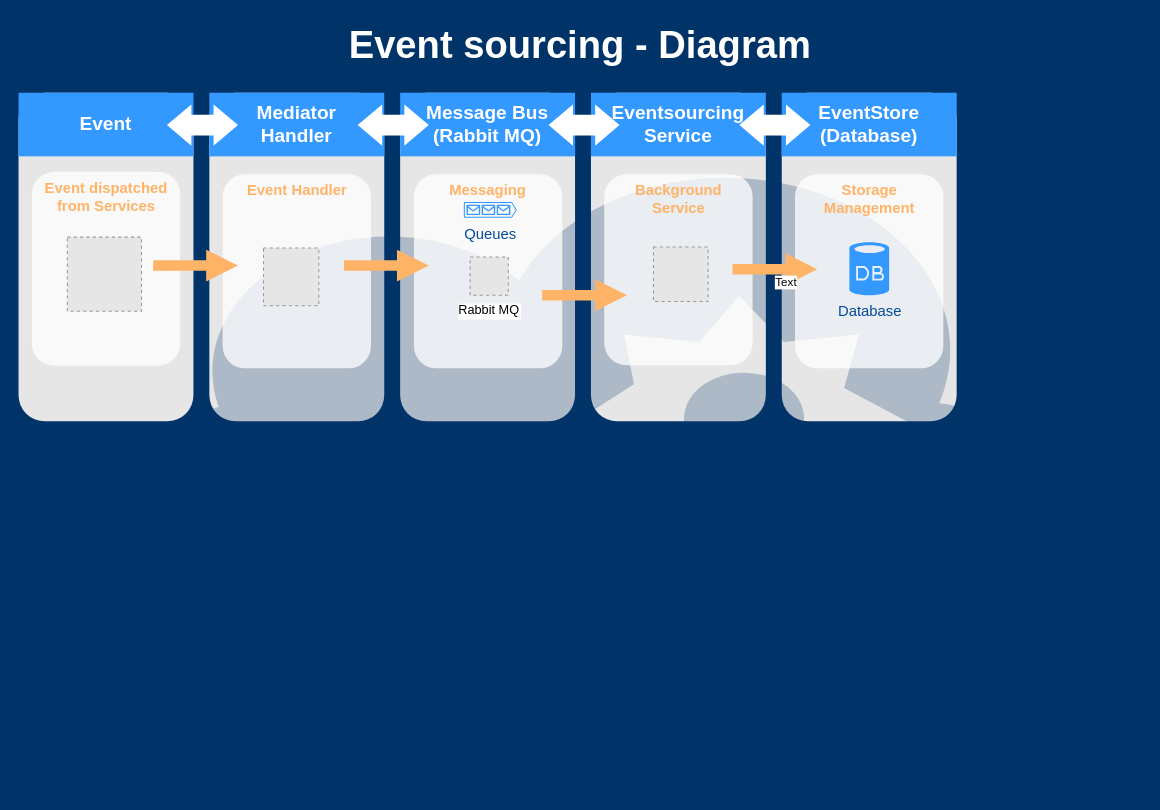
Before: Untitled Diagram.drawio in AlexandreYembo/hydra-eventsourcing, a draw.io diagram. Source tidied: cells renumbered, new cells numbered last; positions are measured from the earlier drawing's top-left corner, leaving out a move shared by most shapes. Both pictures are drawn from the tidied source at 106%, with x=0, y=0 at pixel (18, 18). Pictures stored in the file or linked from it are replaced by grey dashed boxes.
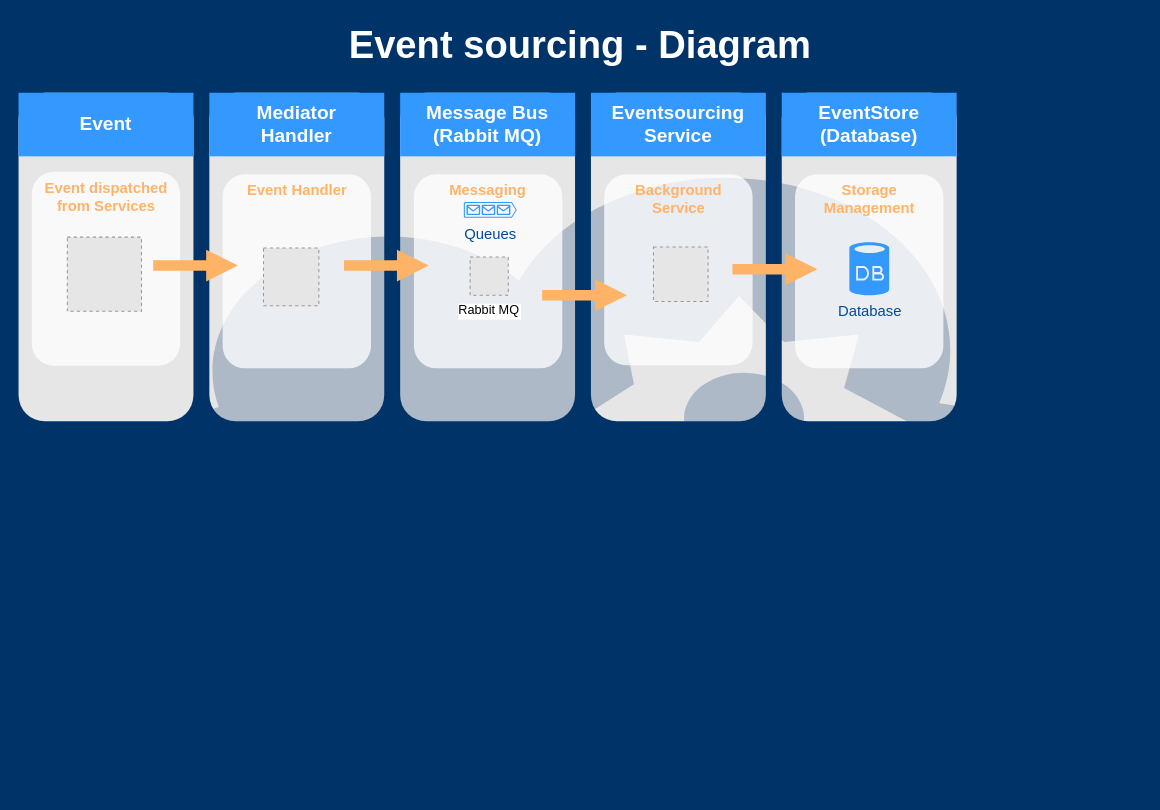
The same page after the edit.

Unchanged cells that the change refers to:
```xml
<mxCell id="28" style="arrow;html=1;endArrow=block;endFill=1;strokeColor=none;strokeWidth=4;fontFamily=Helvetica;fontSize=36;fontColor=#FFB366;fillColor=#FFB366;" parent="1" edge="1">
  <mxGeometry relative="1" as="geometry">
    <mxPoint x="673.5" y="236.5" as="sourcePoint" />
    <mxPoint x="753.5" y="236.5" as="targetPoint" />
  </mxGeometry>
</mxCell>
```

What changed in the source:
```diff
@@
-    <mxCell id="12" style="shape=mxgraph.arrows.two_way_arrow_horizontal;html=1;verticalLabelPosition=bottom;verticalAlign=top;strokeWidth=2;strokeColor=none;dashed=1;fillColor=#FFFFFF;fontFamily=Verdana;fontSize=12;fontColor=#00BEF2;" parent="1" vertex="1">
-      <mxGeometry x="140" y="81" width="67" height="39" as="geometry" />
-    </mxCell>
-    <mxCell id="13" style="shape=mxgraph.arrows.two_way_arrow_horizontal;html=1;verticalLabelPosition=bottom;verticalAlign=top;strokeWidth=2;strokeColor=none;dashed=1;fillColor=#FFFFFF;fontFamily=Verdana;fontSize=12;fontColor=#00BEF2;" parent="1" vertex="1">
-      <mxGeometry x="320" y="81" width="67" height="39" as="geometry" />
-    </mxCell>
-    <mxCell id="14" style="shape=mxgraph.arrows.two_way_arrow_horizontal;html=1;verticalLabelPosition=bottom;verticalAlign=top;strokeWidth=2;strokeColor=none;dashed=1;fillColor=#FFFFFF;fontFamily=Verdana;fontSize=12;fontColor=#00BEF2;" parent="1" vertex="1">
-      <mxGeometry x="500" y="81" width="67" height="39" as="geometry" />
-    </mxCell>
-    <mxCell id="15" style="shape=mxgraph.arrows.two_way_arrow_horizontal;html=1;verticalLabelPosition=bottom;verticalAlign=top;strokeWidth=2;strokeColor=none;dashed=1;fillColor=#FFFFFF;fontFamily=Verdana;fontSize=12;fontColor=#00BEF2;" parent="1" vertex="1">
-      <mxGeometry x="680" y="81" width="67" height="39" as="geometry" />
-    </mxCell>
@@
-    <mxCell id="29" value="Text" style="edgeLabel;html=1;align=center;verticalAlign=middle;" parent="28" vertex="1">
-      <mxGeometry x="0.26" y="-11" relative="1" as="geometry">
-        <mxPoint y="1" as="offset" />
-      </mxGeometry>
-    </mxCell>
```
